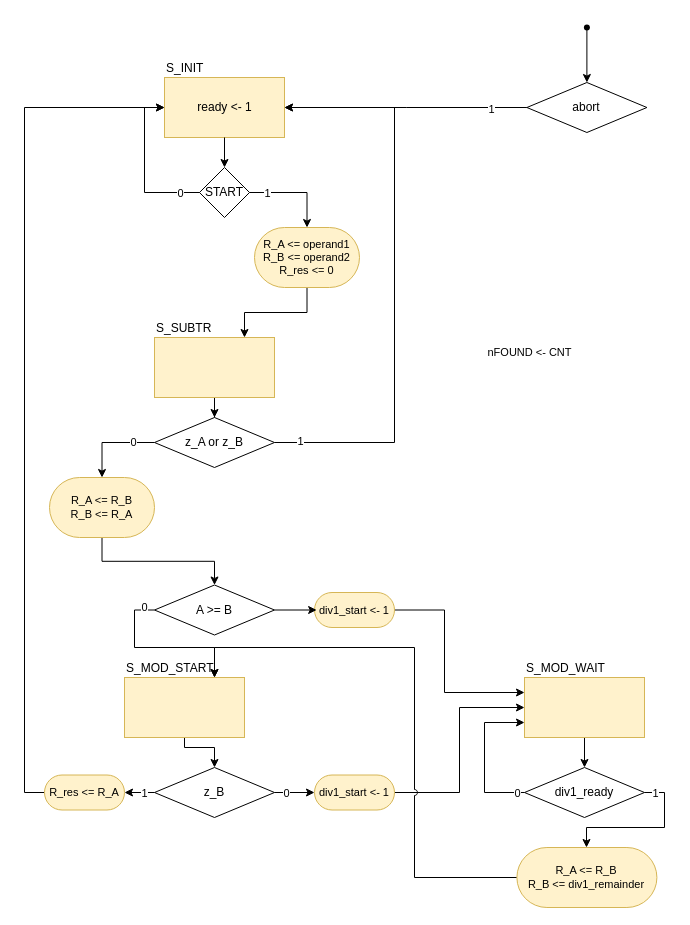
DavidTrevisan/calcolatori_elettronici_2025 keeps this draw.io diagram as page "mcd_ctrl" (6 of 7) of ASMcharts/ASM.drawio. Above is the earlier version. Source tidied: cells renumbered, new cells numbered last; positions are measured from the earlier drawing's top-left corner, leaving out a move shared by most shapes. Both pictures are drawn from the tidied source at 100%, with x=0, y=0 at pixel (24, 17).
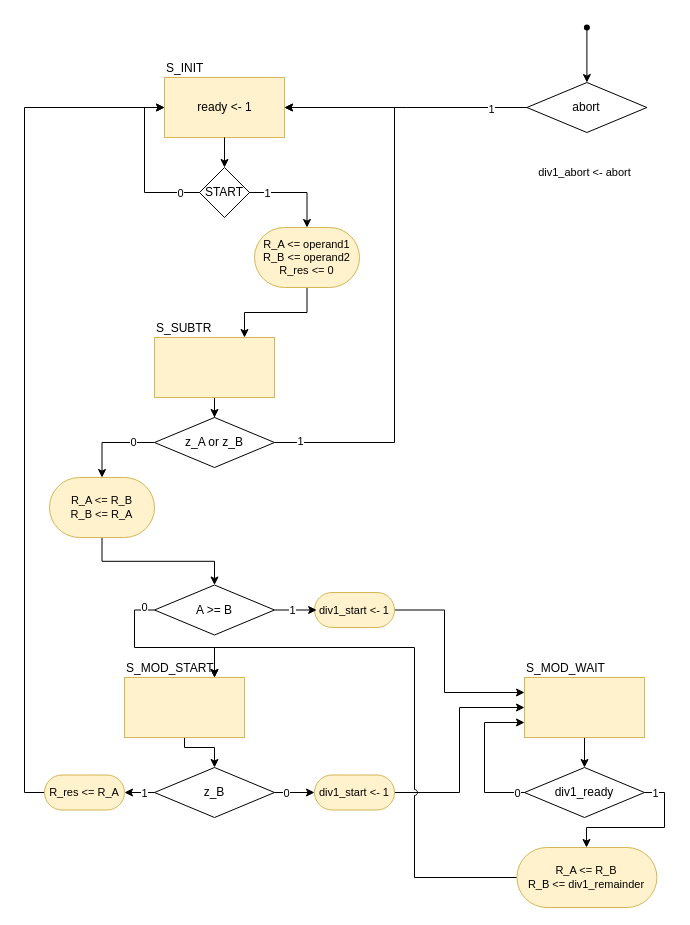
Above is the later version.

Commit message:
[ASM-mcd] Add draft DP

Unchanged cells that the change refers to:
```xml
<mxCell id="29" style="edgeStyle=orthogonalEdgeStyle;rounded=0;jettySize=auto;html=1;entryX=0.027;entryY=0.5;entryDx=0;entryDy=0;entryPerimeter=0;" parent="1" edge="1" source="24" target="28">
  <mxGeometry relative="1" as="geometry" />
</mxCell>
```

The edit, as a diff of the source:
```diff
@@
-    <mxCell id="12" value="nFOUND &amp;lt;- CNT" style="text;html=1;align=center;verticalAlign=middle;strokeColor=none;fillColor=none;fontFamily=Helvetica;fontSize=11;fontColor=default;labelBackgroundColor=default;" parent="1" vertex="1">
-      <mxGeometry x="450" y="320" width="110" height="30" as="geometry" />
+    <mxCell id="12" value="&lt;div&gt;div1_abort &amp;lt;- abort&lt;/div&gt;" style="text;html=1;align=center;verticalAlign=middle;strokeColor=none;fillColor=none;fontFamily=Helvetica;fontSize=11;fontColor=default;labelBackgroundColor=default;" parent="1" vertex="1">
+      <mxGeometry x="500" y="140" width="120" height="30" as="geometry" />
     </mxCell>
@@
+    <mxCell id="53" value="1" style="edgeLabel;html=1;align=center;verticalAlign=middle;" parent="29" vertex="1">
+      <mxGeometry x="-0.2" relative="1" as="geometry" />
+    </mxCell>
```
